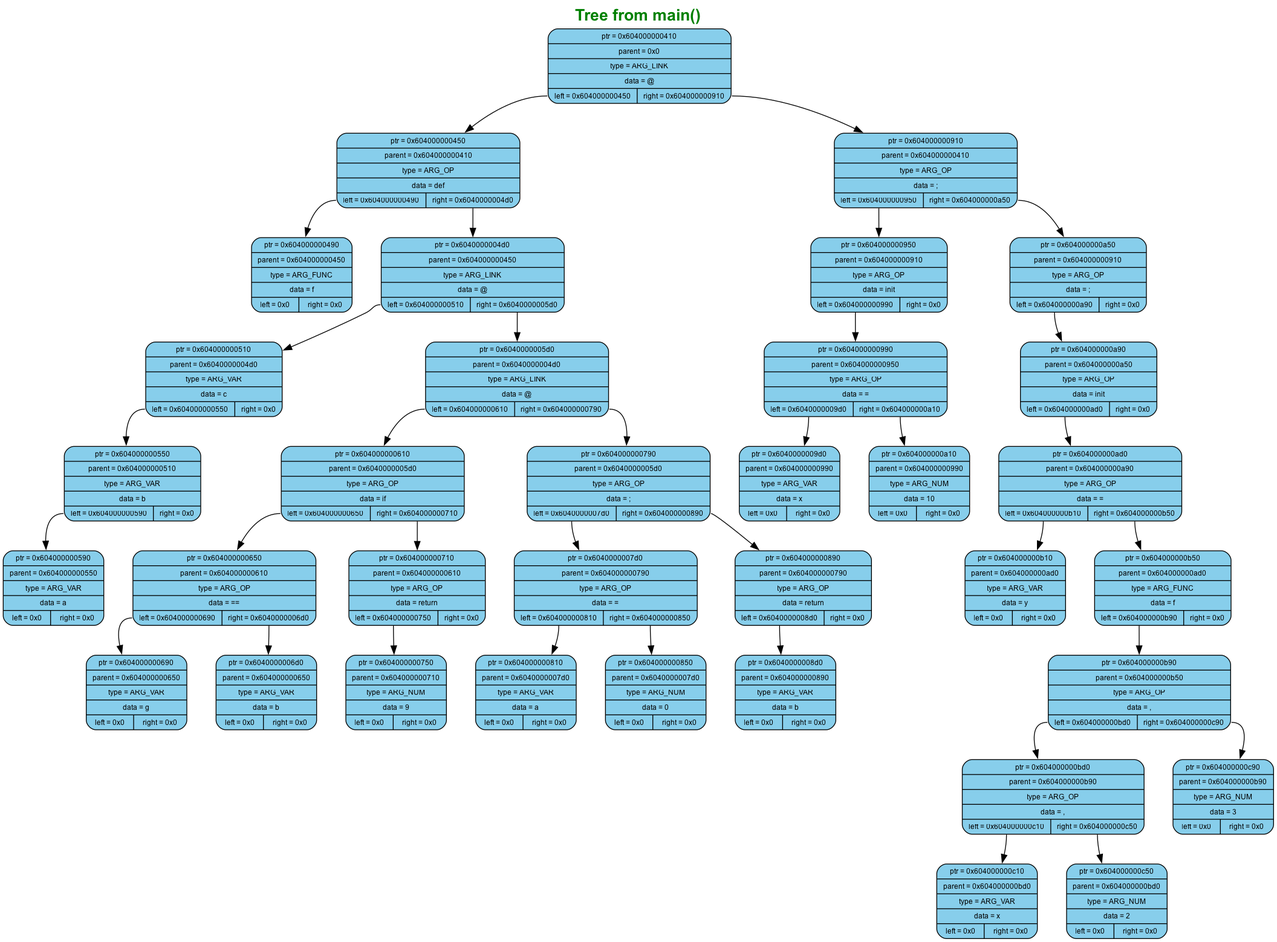
Before: reports/trees/tree0/tree.dot.png, a diagram exported from Graphviz (murugov/Language). Its source is kept beside it as reports/trees/tree0/tree.dot.
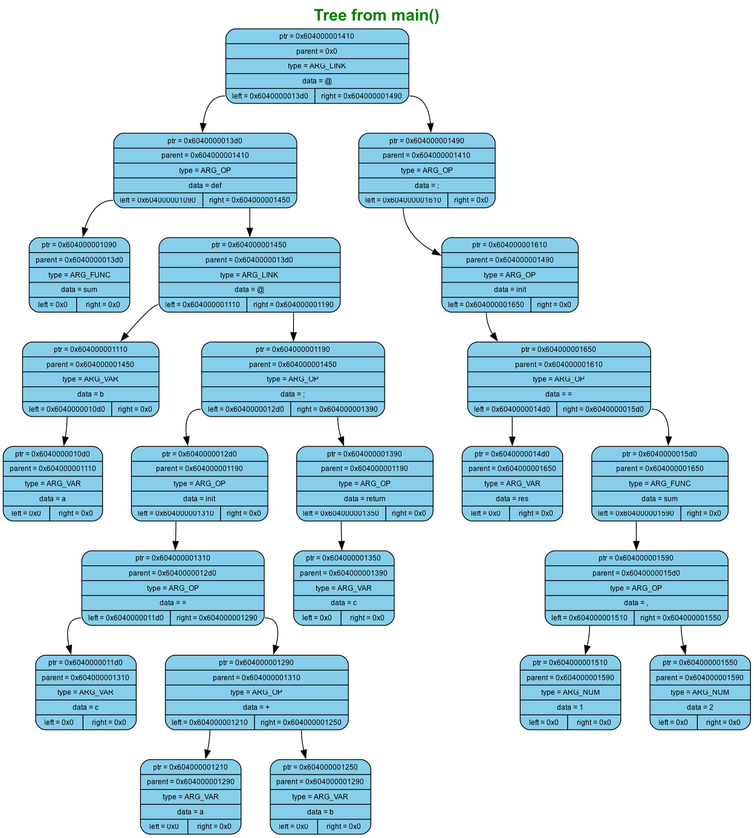
The same diagram one commit later.

Change to the diagram source:
```diff
@@ -11,73 +11,49 @@
 	ranksep=0.5;
 	node[fontsize=9, shape=box, width=0.7, height=0.4, style="filled, rounded", fontname="Arial"];
 
-	n0 [shape=record, label="{ptr = 0x604000000410 | parent = 0x0 | type = ARG_LINK | data = @ | {<left> left = 0x604000000450 | <right> right = 0x604000000910}}", fillcolor="#87CEEB", color="black"]
-	n1 [shape=record, label="{ptr = 0x604000000450 | parent = 0x604000000410 | type = ARG_OP | data = def | {<left> left = 0x604000000490 | <right> right = 0x6040000004d0}}", fillcolor="#87CEEB", color="black"]
+	n0 [shape=record, label="{ptr = 0x604000001410 | parent = 0x0 | type = ARG_LINK | data = @ | {<left> left = 0x6040000013d0 | <right> right = 0x604000001490}}", fillcolor="#87CEEB", color="black"]
+	n1 [shape=record, label="{ptr = 0x6040000013d0 | parent = 0x604000001410 | type = ARG_OP | data = def | {<left> left = 0x604000001090 | <right> right = 0x604000001450}}", fillcolor="#87CEEB", color="black"]
 	n0:left -> n1
-	n2 [shape=record, label="{ptr = 0x604000000910 | parent = 0x604000000410 | type = ARG_OP | data = ; | {<left> left = 0x604000000950 | <right> right = 0x604000000a50}}", fillcolor="#87CEEB", color="black"]
+	n2 [shape=record, label="{ptr = 0x604000001490 | parent = 0x604000001410 | type = ARG_OP | data = ; | {<left> left = 0x604000001610 | <right> right = 0x0}}", fillcolor="#87CEEB", color="black"]
 	n0:right -> n2
-	n3 [shape=record, label="{ptr = 0x604000000950 | parent = 0x604000000910 | type = ARG_OP | data = init | {<left> left = 0x604000000990 | <right> right = 0x0}}", fillcolor="#87CEEB", color="black"]
+	n3 [shape=record, label="{ptr = 0x604000001610 | parent = 0x604000001490 | type = ARG_OP | data = init | {<left> left = 0x604000001650 | <right> right = 0x0}}", fillcolor="#87CEEB", color="black"]
 	n2:left -> n3
-	n4 [shape=record, label="{ptr = 0x604000000a50 | parent = 0x604000000910 | type = ARG_OP | data = ; | {<left> left = 0x604000000a90 | <right> right = 0x0}}", fillcolor="#87CEEB", color="black"]
-	n2:right -> n4
-	n5 [shape=record, label="{ptr = 0x604000000a90 | parent = 0x604000000a50 | type = ARG_OP | data = init | {<left> left = 0x604000000ad0 | <right> right = 0x0}}", fillcolor="#87CEEB", color="black"]
+	n4 [shape=record, label="{ptr = 0x604000001650 | parent = 0x604000001610 | type = ARG_OP | data = = | {<left> left = 0x6040000014d0 | <right> right = 0x6040000015d0}}", fillcolor="#87CEEB", color="black"]
+	n3:left -> n4
+	n5 [shape=record, label="{ptr = 0x6040000014d0 | parent = 0x604000001650 | type = ARG_VAR | data = res | {<left> left = 0x0 | <right> right = 0x0}}", fillcolor="#87CEEB", color="black"]
 	n4:left -> n5
-	n6 [shape=record, label="{ptr = 0x604000000ad0 | parent = 0x604000000a90 | type = ARG_OP | data = = | {<left> left = 0x604000000b10 | <right> right = 0x604000000b50}}", fillcolor="#87CEEB", color="black"]
-	n5:left -> n6
-	n7 [shape=record, label="{ptr = 0x604000000b10 | parent = 0x604000000ad0 | type = ARG_VAR | data = y | {<left> left = 0x0 | <right> right = 0x0}}", fillcolor="#87CEEB", color="black"]
+	n6 [shape=record, label="{ptr = 0x6040000015d0 | parent = 0x604000001650 | type = ARG_FUNC | data = sum | {<left> left = 0x604000001590 | <right> right = 0x0}}", fillcolor="#87CEEB", color="black"]
+	n4:right -> n6
+	n7 [shape=record, label="{ptr = 0x604000001590 | parent = 0x6040000015d0 | type = ARG_OP | data = , | {<left> left = 0x604000001510 | <right> right = 0x604000001550}}", fillcolor="#87CEEB", color="black"]
 	n6:left -> n7
-	n8 [shape=record, label="{ptr = 0x604000000b50 | parent = 0x604000000ad0 | type = ARG_FUNC | data = f | {<left> left = 0x604000000b90 | <right> right = 0x0}}", fillcolor="#87CEEB", color="black"]
-	n6:right -> n8
-	n9 [shape=record, label="{ptr = 0x604000000b90 | parent = 0x604000000b50 | type = ARG_OP | data = , | {<left> left = 0x604000000bd0 | <right> right = 0x604000000c90}}", fillcolor="#87CEEB", color="black"]
-	n8:left -> n9
-	n10 [shape=record, label="{ptr = 0x604000000bd0 | parent = 0x604000000b90 | type = ARG_OP | data = , | {<left> left = 0x604000000c10 | <right> right = 0x604000000c50}}", fillcolor="#87CEEB", color="black"]
-	n9:left -> n10
-	n11 [shape=record, label="{ptr = 0x604000000c90 | parent = 0x604000000b90 | type = ARG_NUM | data = 3 | {<left> left = 0x0 | <right> right = 0x0}}", fillcolor="#87CEEB", color="black"]
-	n9:right -> n11
-	n12 [shape=record, label="{ptr = 0x604000000c10 | parent = 0x604000000bd0 | type = ARG_VAR | data = x | {<left> left = 0x0 | <right> right = 0x0}}", fillcolor="#87CEEB", color="black"]
-	n10:left -> n12
-	n13 [shape=record, label="{ptr = 0x604000000c50 | parent = 0x604000000bd0 | type = ARG_NUM | data = 2 | {<left> left = 0x0 | <right> right = 0x0}}", fillcolor="#87CEEB", color="black"]
-	n10:right -> n13
-	n14 [shape=record, label="{ptr = 0x604000000990 | parent = 0x604000000950 | type = ARG_OP | data = = | {<left> left = 0x6040000009d0 | <right> right = 0x604000000a10}}", fillcolor="#87CEEB", color="black"]
-	n3:left -> n14
-	n15 [shape=record, label="{ptr = 0x6040000009d0 | parent = 0x604000000990 | type = ARG_VAR | data = x | {<left> left = 0x0 | <right> right = 0x0}}", fillcolor="#87CEEB", color="black"]
-	n14:left -> n15
-	n16 [shape=record, label="{ptr = 0x604000000a10 | parent = 0x604000000990 | type = ARG_NUM | data = 10 | {<left> left = 0x0 | <right> right = 0x0}}", fillcolor="#87CEEB", color="black"]
-	n14:right -> n16
-	n17 [shape=record, label="{ptr = 0x604000000490 | parent = 0x604000000450 | type = ARG_FUNC | data = f | {<left> left = 0x0 | <right> right = 0x0}}", fillcolor="#87CEEB", color="black"]
-	n1:left -> n17
-	n18 [shape=record, label="{ptr = 0x6040000004d0 | parent = 0x604000000450 | type = ARG_LINK | data = @ | {<left> left = 0x604000000510 | <right> right = 0x6040000005d0}}", fillcolor="#87CEEB", color="black"]
-	n1:right -> n18
-	n19 [shape=record, label="{ptr = 0x604000000510 | parent = 0x6040000004d0 | type = ARG_VAR | data = c | {<left> left = 0x604000000550 | <right> right = 0x0}}", fillcolor="#87CEEB", color="black"]
-	n18:left -> n19
-	n20 [shape=record, label="{ptr = 0x6040000005d0 | parent = 0x6040000004d0 | type = ARG_LINK | data = @ | {<left> left = 0x604000000610 | <right> right = 0x604000000790}}", fillcolor="#87CEEB", color="black"]
-	n18:right -> n20
-	n21 [shape=record, label="{ptr = 0x604000000610 | parent = 0x6040000005d0 | type = ARG_OP | data = if | {<left> left = 0x604000000650 | <right> right = 0x604000000710}}", fillcolor="#87CEEB", color="black"]
-	n20:left -> n21
-	n22 [shape=record, label="{ptr = 0x604000000790 | parent = 0x6040000005d0 | type = ARG_OP | data = ; | {<left> left = 0x6040000007d0 | <right> right = 0x604000000890}}", fillcolor="#87CEEB", color="black"]
-	n20:right -> n22
-	n23 [shape=record, label="{ptr = 0x6040000007d0 | parent = 0x604000000790 | type = ARG_OP | data = = | {<left> left = 0x604000000810 | <right> right = 0x604000000850}}", fillcolor="#87CEEB", color="black"]
-	n22:left -> n23
-	n24 [shape=record, label="{ptr = 0x604000000890 | parent = 0x604000000790 | type = ARG_OP | data = return | {<left> left = 0x6040000008d0 | <right> right = 0x0}}", fillcolor="#87CEEB", color="black"]
-	n22:right -> n24
-	n25 [shape=record, label="{ptr = 0x6040000008d0 | parent = 0x604000000890 | type = ARG_VAR | data = b | {<left> left = 0x0 | <right> right = 0x0}}", fillcolor="#87CEEB", color="black"]
-	n24:left -> n25
-	n26 [shape=record, label="{ptr = 0x604000000810 | parent = 0x6040000007d0 | type = ARG_VAR | data = a | {<left> left = 0x0 | <right> right = 0x0}}", fillcolor="#87CEEB", color="black"]
-	n23:left -> n26
-	n27 [shape=record, label="{ptr = 0x604000000850 | parent = 0x6040000007d0 | type = ARG_NUM | data = 0 | {<left> left = 0x0 | <right> right = 0x0}}", fillcolor="#87CEEB", color="black"]
-	n23:right -> n27
-	n28 [shape=record, label="{ptr = 0x604000000650 | parent = 0x604000000610 | type = ARG_OP | data = == | {<left> left = 0x604000000690 | <right> right = 0x6040000006d0}}", fillcolor="#87CEEB", color="black"]
-	n21:left -> n28
-	n29 [shape=record, label="{ptr = 0x604000000710 | parent = 0x604000000610 | type = ARG_OP | data = return | {<left> left = 0x604000000750 | <right> right = 0x0}}", fillcolor="#87CEEB", color="black"]
-	n21:right -> n29
-	n30 [shape=record, label="{ptr = 0x604000000750 | parent = 0x604000000710 | type = ARG_NUM | data = 9 | {<left> left = 0x0 | <right> right = 0x0}}", fillcolor="#87CEEB", color="black"]
-	n29:left -> n30
-	n31 [shape=record, label="{ptr = 0x604000000690 | parent = 0x604000000650 | type = ARG_VAR | data = g | {<left> left = 0x0 | <right> right = 0x0}}", fillcolor="#87CEEB", color="black"]
-	n28:left -> n31
-	n32 [shape=record, label="{ptr = 0x6040000006d0 | parent = 0x604000000650 | type = ARG_VAR | data = b | {<left> left = 0x0 | <right> right = 0x0}}", fillcolor="#87CEEB", color="black"]
-	n28:right -> n32
-	n33 [shape=record, label="{ptr = 0x604000000550 | parent = 0x604000000510 | type = ARG_VAR | data = b | {<left> left = 0x604000000590 | <right> right = 0x0}}", fillcolor="#87CEEB", color="black"]
-	n19:left -> n33
-	n34 [shape=record, label="{ptr = 0x604000000590 | parent = 0x604000000550 | type = ARG_VAR | data = a | {<left> left = 0x0 | <right> right = 0x0}}", fillcolor="#87CEEB", color="black"]
-	n33:left -> n34
+	n8 [shape=record, label="{ptr = 0x604000001510 | parent = 0x604000001590 | type = ARG_NUM | data = 1 | {<left> left = 0x0 | <right> right = 0x0}}", fillcolor="#87CEEB", color="black"]
+	n7:left -> n8
+	n9 [shape=record, label="{ptr = 0x604000001550 | parent = 0x604000001590 | type = ARG_NUM | data = 2 | {<left> left = 0x0 | <right> right = 0x0}}", fillcolor="#87CEEB", color="black"]
+	n7:right -> n9
+	n10 [shape=record, label="{ptr = 0x604000001090 | parent = 0x6040000013d0 | type = ARG_FUNC | data = sum | {<left> left = 0x0 | <right> right = 0x0}}", fillcolor="#87CEEB", color="black"]
+	n1:left -> n10
+	n11 [shape=record, label="{ptr = 0x604000001450 | parent = 0x6040000013d0 | type = ARG_LINK | data = @ | {<left> left = 0x604000001110 | <right> right = 0x604000001190}}", fillcolor="#87CEEB", color="black"]
+	n1:right -> n11
+	n12 [shape=record, label="{ptr = 0x604000001110 | parent = 0x604000001450 | type = ARG_VAR | data = b | {<left> left = 0x6040000010d0 | <right> right = 0x0}}", fillcolor="#87CEEB", color="black"]
+	n11:left -> n12
+	n13 [shape=record, label="{ptr = 0x604000001190 | parent = 0x604000001450 | type = ARG_OP | data = ; | {<left> left = 0x6040000012d0 | <right> right = 0x604000001390}}", fillcolor="#87CEEB", color="black"]
+	n11:right -> n13
+	n14 [shape=record, label="{ptr = 0x6040000012d0 | parent = 0x604000001190 | type = ARG_OP | data = init | {<left> left = 0x604000001310 | <right> right = 0x0}}", fillcolor="#87CEEB", color="black"]
+	n13:left -> n14
+	n15 [shape=record, label="{ptr = 0x604000001390 | parent = 0x604000001190 | type = ARG_OP | data = return | {<left> left = 0x604000001350 | <right> right = 0x0}}", fillcolor="#87CEEB", color="black"]
+	n13:right -> n15
+	n16 [shape=record, label="{ptr = 0x604000001350 | parent = 0x604000001390 | type = ARG_VAR | data = c | {<left> left = 0x0 | <right> right = 0x0}}", fillcolor="#87CEEB", color="black"]
+	n15:left -> n16
+	n17 [shape=record, label="{ptr = 0x604000001310 | parent = 0x6040000012d0 | type = ARG_OP | data = = | {<left> left = 0x6040000011d0 | <right> right = 0x604000001290}}", fillcolor="#87CEEB", color="black"]
+	n14:left -> n17
+	n18 [shape=record, label="{ptr = 0x6040000011d0 | parent = 0x604000001310 | type = ARG_VAR | data = c | {<left> left = 0x0 | <right> right = 0x0}}", fillcolor="#87CEEB", color="black"]
+	n17:left -> n18
+	n19 [shape=record, label="{ptr = 0x604000001290 | parent = 0x604000001310 | type = ARG_OP | data = + | {<left> left = 0x604000001210 | <right> right = 0x604000001250}}", fillcolor="#87CEEB", color="black"]
+	n17:right -> n19
+	n20 [shape=record, label="{ptr = 0x604000001210 | parent = 0x604000001290 | type = ARG_VAR | data = a | {<left> left = 0x0 | <right> right = 0x0}}", fillcolor="#87CEEB", color="black"]
+	n19:left -> n20
+	n21 [shape=record, label="{ptr = 0x604000001250 | parent = 0x604000001290 | type = ARG_VAR | data = b | {<left> left = 0x0 | <right> right = 0x0}}", fillcolor="#87CEEB", color="black"]
+	n19:right -> n21
+	n22 [shape=record, label="{ptr = 0x6040000010d0 | parent = 0x604000001110 | type = ARG_VAR | data = a | {<left> left = 0x0 | <right> right = 0x0}}", fillcolor="#87CEEB", color="black"]
+	n12:left -> n22
 }
```
